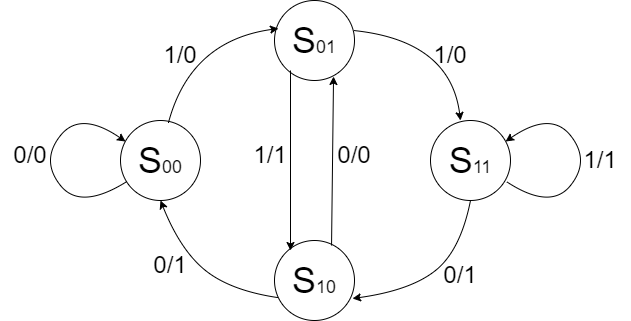
Above: 1png.drawio.png in tchernets-maria/progectToNeo (draw.io), before the change. Source tidied: cells renumbered, new cells last; positions are measured from the earlier drawing's top-left corner, leaving out a move shared by most shapes.
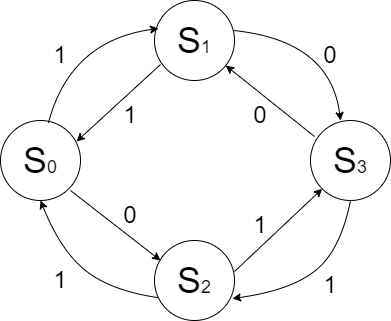
The same file after the commit.

What changed in the source:
```diff
@@ -2,36 +2,16 @@
   <root>
     <mxCell id="0" />
     <mxCell id="1" parent="0" />
-    <mxCell id="2" value="&lt;font style=&quot;&quot;&gt;&lt;font style=&quot;font-size: 36px;&quot;&gt;S&lt;/font&gt;&lt;font style=&quot;font-size: 18px;&quot;&gt;00&lt;/font&gt;&lt;/font&gt;" style="ellipse;whiteSpace=wrap;html=1;" parent="1" vertex="1">
+    <mxCell id="2" value="&lt;font style=&quot;&quot;&gt;&lt;font style=&quot;font-size: 36px;&quot;&gt;S&lt;/font&gt;&lt;font style=&quot;font-size: 18px;&quot;&gt;0&lt;/font&gt;&lt;/font&gt;" style="ellipse;whiteSpace=wrap;html=1;" parent="1" vertex="1">
       <mxGeometry x="120" y="120" width="80" height="80" as="geometry" />
     </mxCell>
-    <mxCell id="3" value="&lt;font style=&quot;font-size: 36px;&quot;&gt;S&lt;/font&gt;&lt;font style=&quot;font-size: 18px;&quot;&gt;0&lt;/font&gt;&lt;font style=&quot;font-size: 18px;&quot;&gt;1&lt;/font&gt;" style="ellipse;whiteSpace=wrap;html=1;" parent="1" vertex="1">
+    <mxCell id="3" value="&lt;font style=&quot;font-size: 36px;&quot;&gt;S&lt;/font&gt;&lt;font style=&quot;font-size: 18px;&quot;&gt;1&lt;/font&gt;" style="ellipse;whiteSpace=wrap;html=1;" parent="1" vertex="1">
       <mxGeometry x="274" width="80" height="80" as="geometry" />
     </mxCell>
-    <mxCell id="4" value="&lt;font style=&quot;font-size: 36px;&quot;&gt;S&lt;/font&gt;&lt;font style=&quot;font-size: 18px;&quot;&gt;11&lt;/font&gt;" style="ellipse;whiteSpace=wrap;html=1;" parent="1" vertex="1">
+    <mxCell id="4" value="&lt;font style=&quot;font-size: 36px;&quot;&gt;S&lt;/font&gt;&lt;font style=&quot;font-size: 18px;&quot;&gt;3&lt;/font&gt;" style="ellipse;whiteSpace=wrap;html=1;" parent="1" vertex="1">
       <mxGeometry x="430" y="120" width="80" height="80" as="geometry" />
     </mxCell>
-    <mxCell id="5" style="curved=1;endArrow=classic;html=1;rounded=0;fontSize=18;entryX=0.063;entryY=0.263;entryDx=0;entryDy=0;entryPerimeter=0;" parent="1" edge="1" source="2" target="2">
-      <mxGeometry relative="1" as="geometry">
-        <Array as="points">
-          <mxPoint x="80" y="210" />
-          <mxPoint x="40" y="160" />
-          <mxPoint x="80" y="110" />
-        </Array>
-      </mxGeometry>
-    </mxCell>
-    <mxCell id="6" style="curved=1;endArrow=classic;html=1;rounded=0;fontSize=18;entryX=0.063;entryY=0.263;entryDx=0;entryDy=0;entryPerimeter=0;" parent="1" edge="1">
-      <mxGeometry relative="1" as="geometry">
-        <mxPoint x="506.1" y="181.2" as="sourcePoint" />
-        <mxPoint x="505" y="141" as="targetPoint" />
-        <Array as="points">
-          <mxPoint x="550" y="210" />
-          <mxPoint x="590" y="160" />
-          <mxPoint x="550" y="110" />
-        </Array>
-      </mxGeometry>
-    </mxCell>
-    <mxCell id="7" value="&lt;font style=&quot;font-size: 36px;&quot;&gt;S&lt;/font&gt;&lt;font style=&quot;font-size: 18px;&quot;&gt;10&lt;/font&gt;" style="ellipse;whiteSpace=wrap;html=1;" parent="1" vertex="1">
+    <mxCell id="7" value="&lt;font style=&quot;font-size: 36px;&quot;&gt;S&lt;/font&gt;&lt;font style=&quot;font-size: 18px;&quot;&gt;2&lt;/font&gt;" style="ellipse;whiteSpace=wrap;html=1;" parent="1" vertex="1">
       <mxGeometry x="274" y="240" width="80" height="80" as="geometry" />
     </mxCell>
     <mxCell id="8" style="curved=1;endArrow=classic;html=1;rounded=0;fontSize=18;exitX=0.6;exitY=0.025;exitDx=0;exitDy=0;exitPerimeter=0;entryX=0.05;entryY=0.35;entryDx=0;entryDy=0;entryPerimeter=0;" parent="1" edge="1" source="2" target="3">
@@ -65,37 +45,44 @@
         </Array>
       </mxGeometry>
     </mxCell>
-    <mxCell id="12" style="endArrow=classic;html=1;rounded=0;fontSize=18;entryX=0.738;entryY=0.95;entryDx=0;entryDy=0;exitX=0.713;exitY=0.063;exitDx=0;exitDy=0;exitPerimeter=0;entryPerimeter=0;" parent="1" edge="1" source="7" target="3">
-      <mxGeometry relative="1" as="geometry" />
-    </mxCell>
-    <mxCell id="13" style="endArrow=classic;html=1;rounded=0;fontSize=18;exitX=0.2;exitY=0.875;exitDx=0;exitDy=0;exitPerimeter=0;" parent="1" edge="1" source="3">
-      <mxGeometry relative="1" as="geometry">
-        <mxPoint x="290" y="250" as="targetPoint" />
-      </mxGeometry>
-    </mxCell>
-    <mxCell id="14" value="&lt;font style=&quot;font-size: 24px;&quot;&gt;1/1&lt;/font&gt;" style="text;html=1;strokeColor=none;fillColor=none;align=center;verticalAlign=middle;whiteSpace=wrap;rounded=0;fontSize=18;" parent="1" vertex="1">
-      <mxGeometry x="240" y="140" width="60" height="30" as="geometry" />
-    </mxCell>
-    <mxCell id="15" value="&lt;font style=&quot;font-size: 24px;&quot;&gt;0/0&lt;/font&gt;" style="text;html=1;strokeColor=none;fillColor=none;align=center;verticalAlign=middle;whiteSpace=wrap;rounded=0;fontSize=18;" parent="1" vertex="1">
-      <mxGeometry x="324" y="140" width="60" height="30" as="geometry" />
-    </mxCell>
-    <mxCell id="16" value="&lt;font style=&quot;font-size: 24px;&quot;&gt;1/0&lt;/font&gt;" style="text;html=1;strokeColor=none;fillColor=none;align=center;verticalAlign=middle;whiteSpace=wrap;rounded=0;fontSize=18;" parent="1" vertex="1">
-      <mxGeometry x="420" y="40" width="60" height="30" as="geometry" />
-    </mxCell>
-    <mxCell id="17" value="&lt;font style=&quot;font-size: 24px;&quot;&gt;1/0&lt;/font&gt;" style="text;html=1;strokeColor=none;fillColor=none;align=center;verticalAlign=middle;whiteSpace=wrap;rounded=0;fontSize=18;" parent="1" vertex="1">
-      <mxGeometry x="150" y="40" width="60" height="30" as="geometry" />
-    </mxCell>
-    <mxCell id="18" value="&lt;font style=&quot;font-size: 24px;&quot;&gt;0/1&lt;/font&gt;" style="text;html=1;strokeColor=none;fillColor=none;align=center;verticalAlign=middle;whiteSpace=wrap;rounded=0;fontSize=18;" parent="1" vertex="1">
-      <mxGeometry x="140" y="250" width="60" height="30" as="geometry" />
-    </mxCell>
-    <mxCell id="19" value="&lt;font style=&quot;font-size: 24px;&quot;&gt;0/1&lt;/font&gt;" style="text;html=1;strokeColor=none;fillColor=none;align=center;verticalAlign=middle;whiteSpace=wrap;rounded=0;fontSize=18;" parent="1" vertex="1">
-      <mxGeometry x="430" y="260" width="60" height="30" as="geometry" />
-    </mxCell>
-    <mxCell id="20" value="&lt;font style=&quot;font-size: 24px;&quot;&gt;1/1&lt;/font&gt;" style="text;html=1;strokeColor=none;fillColor=none;align=center;verticalAlign=middle;whiteSpace=wrap;rounded=0;fontSize=18;" parent="1" vertex="1">
-      <mxGeometry x="570" y="145" width="60" height="30" as="geometry" />
-    </mxCell>
-    <mxCell id="21" value="&lt;font style=&quot;font-size: 24px;&quot;&gt;0/0&lt;/font&gt;" style="text;html=1;strokeColor=none;fillColor=none;align=center;verticalAlign=middle;whiteSpace=wrap;rounded=0;fontSize=18;" parent="1" vertex="1">
-      <mxGeometry y="140" width="60" height="30" as="geometry" />
-    </mxCell>
+    <mxCell id="22" style="endArrow=classic;html=1;rounded=0;fontSize=24;entryX=0;entryY=1;entryDx=0;entryDy=0;exitX=1;exitY=0.388;exitDx=0;exitDy=0;exitPerimeter=0;" parent="1" edge="1" source="7" target="4">
+      <mxGeometry relative="1" as="geometry" />
+    </mxCell>
+    <mxCell id="23" style="endArrow=classic;html=1;rounded=0;fontSize=24;exitX=0.05;exitY=0.2;exitDx=0;exitDy=0;exitPerimeter=0;" parent="1" edge="1" source="4" target="3">
+      <mxGeometry relative="1" as="geometry" />
+    </mxCell>
+    <mxCell id="24" style="endArrow=classic;html=1;rounded=0;fontSize=24;entryX=0.95;entryY=0.263;entryDx=0;entryDy=0;entryPerimeter=0;exitX=0.075;exitY=0.8;exitDx=0;exitDy=0;exitPerimeter=0;" parent="1" edge="1" source="3" target="2">
+      <mxGeometry relative="1" as="geometry" />
+    </mxCell>
+    <mxCell id="25" style="endArrow=classic;html=1;rounded=0;fontSize=24;" parent="1" edge="1">
+      <mxGeometry relative="1" as="geometry">
+        <mxPoint x="190" y="190" as="sourcePoint" />
+        <mxPoint x="280" y="260" as="targetPoint" />
+      </mxGeometry>
+    </mxCell>
+    <mxCell id="26" value="0" style="text;html=1;strokeColor=none;fillColor=none;align=center;verticalAlign=middle;whiteSpace=wrap;rounded=0;fontSize=24;" parent="1" vertex="1">
+      <mxGeometry x="220" y="200" width="60" height="30" as="geometry" />
+    </mxCell>
+    <mxCell id="27" value="1" style="text;html=1;strokeColor=none;fillColor=none;align=center;verticalAlign=middle;whiteSpace=wrap;rounded=0;fontSize=24;" parent="1" vertex="1">
+      <mxGeometry x="350" y="210" width="60" height="30" as="geometry" />
+    </mxCell>
+    <mxCell id="28" value="0" style="text;html=1;strokeColor=none;fillColor=none;align=center;verticalAlign=middle;whiteSpace=wrap;rounded=0;fontSize=24;" parent="1" vertex="1">
+      <mxGeometry x="350" y="100" width="60" height="30" as="geometry" />
+    </mxCell>
+    <mxCell id="29" value="1" style="text;html=1;strokeColor=none;fillColor=none;align=center;verticalAlign=middle;whiteSpace=wrap;rounded=0;fontSize=24;" parent="1" vertex="1">
+      <mxGeometry x="220" y="100" width="60" height="30" as="geometry" />
+    </mxCell>
+    <mxCell id="30" value="1" style="text;html=1;strokeColor=none;fillColor=none;align=center;verticalAlign=middle;whiteSpace=wrap;rounded=0;fontSize=24;" parent="1" vertex="1">
+      <mxGeometry x="150" y="40" width="60" height="30" as="geometry" />
+    </mxCell>
+    <mxCell id="31" value="0" style="text;html=1;strokeColor=none;fillColor=none;align=center;verticalAlign=middle;whiteSpace=wrap;rounded=0;fontSize=24;" parent="1" vertex="1">
+      <mxGeometry x="420" y="40" width="60" height="30" as="geometry" />
+    </mxCell>
+    <mxCell id="32" value="1" style="text;html=1;strokeColor=none;fillColor=none;align=center;verticalAlign=middle;whiteSpace=wrap;rounded=0;fontSize=24;" parent="1" vertex="1">
+      <mxGeometry x="420" y="270" width="60" height="30" as="geometry" />
+    </mxCell>
+    <mxCell id="33" value="1" style="text;html=1;strokeColor=none;fillColor=none;align=center;verticalAlign=middle;whiteSpace=wrap;rounded=0;fontSize=24;" parent="1" vertex="1">
+      <mxGeometry x="150" y="265" width="60" height="30" as="geometry" />
+    </mxCell>
   </root>
 </mxGraphModel>
```
